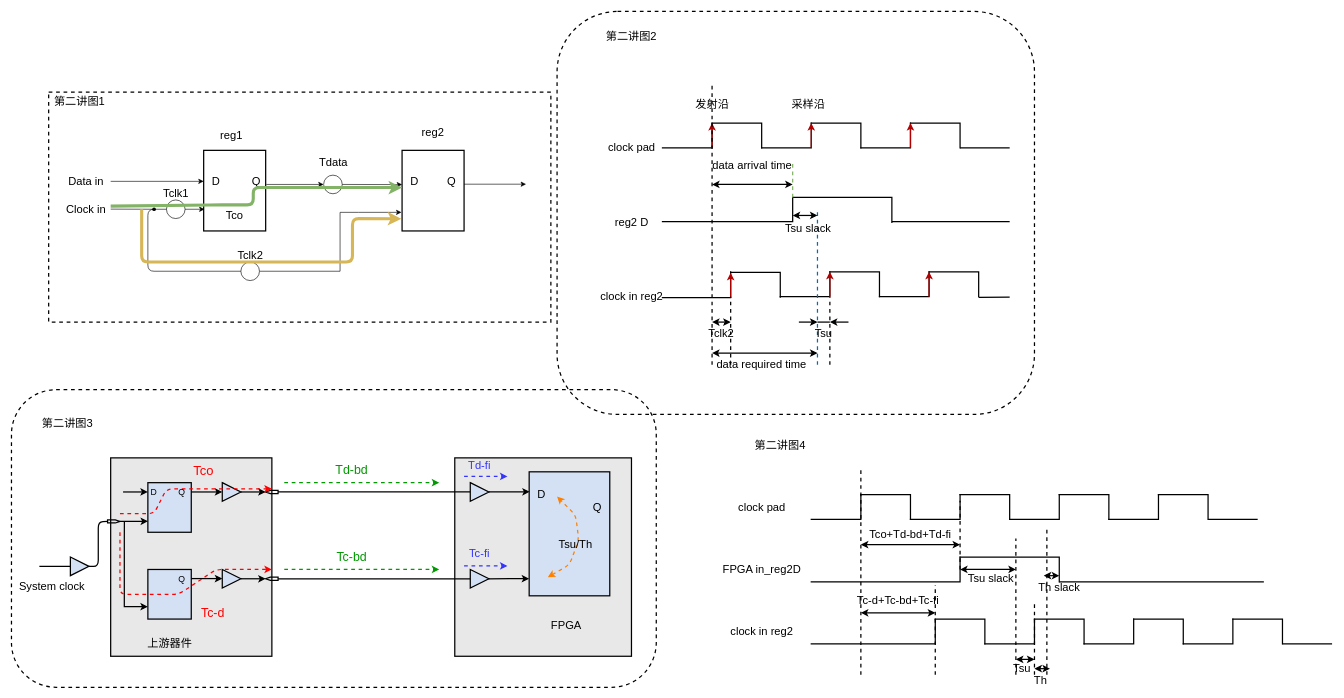
Before: FPGA timing constraints .drawio in Katharine-0331/files, a draw.io diagram. Source tidied: cells renumbered, new cells numbered last; positions are measured from the earlier drawing's top-left corner, leaving out a move shared by most shapes. Both pictures are drawn from the tidied source at 62%, with x=0, y=0 at pixel (11, 11).
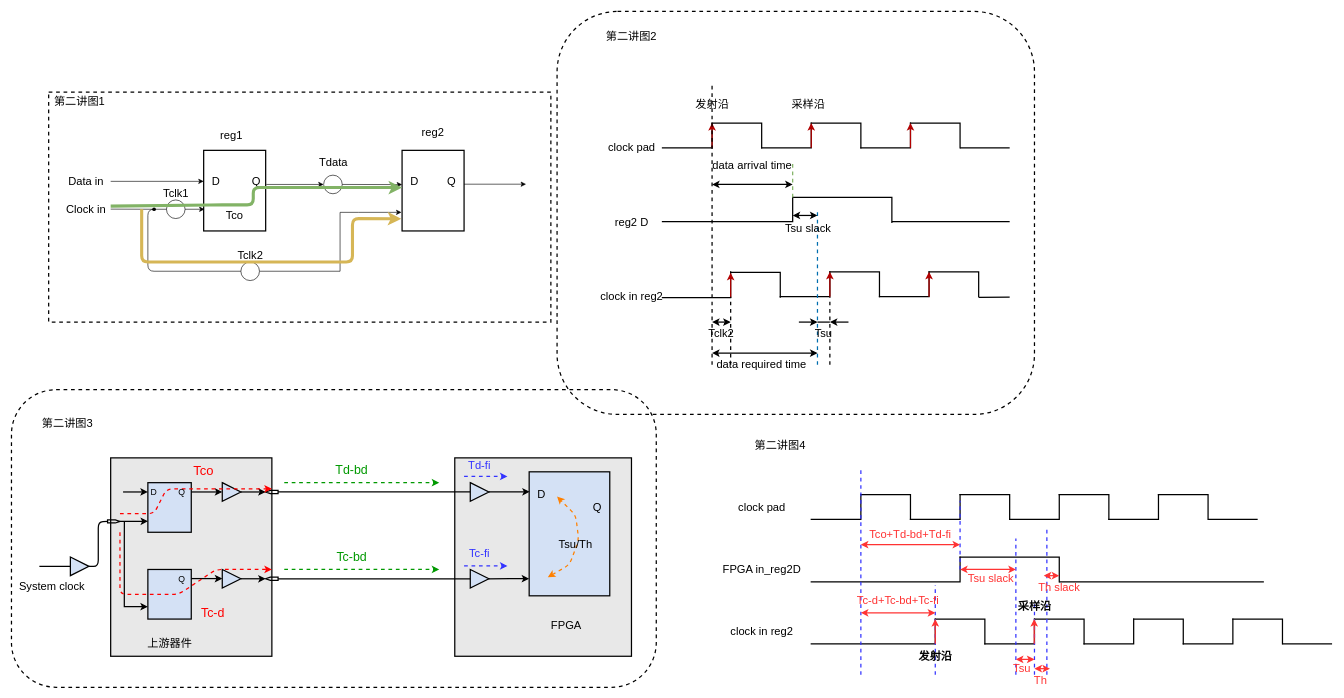
After the change.

Unchanged cells that the change refers to:
```xml
<mxCell id="133" style="shape=partialRectangle;whiteSpace=wrap;html=1;bottom=0;right=0;fillColor=none;fontSize=18;strokeWidth=2;flipH=1;" parent="1" vertex="1">
  <mxGeometry x="1530" y="779.3" width="80" height="40" as="geometry" />
</mxCell>
<mxCell id="151" style="shape=partialRectangle;whiteSpace=wrap;html=1;bottom=0;right=0;fillColor=none;fontSize=18;strokeWidth=2;flipH=1;" parent="1" vertex="1">
  <mxGeometry x="1530" y="880" width="160" height="40" as="geometry" />
</mxCell>
```

What changed in the source:
```diff
@@
-    <mxCell id="154" style="endArrow=none;dashed=1;html=1;fontSize=18;strokeColor=#000000;strokeWidth=2;" parent="1" edge="1">
+    <mxCell id="154" style="endArrow=none;dashed=1;html=1;fontSize=18;strokeWidth=2;strokeColor=#3333FF;" parent="1" edge="1">
       <mxGeometry relative="1" as="geometry">
         <mxPoint x="1370" y="1070" as="sourcePoint" />
         <mxPoint x="1370" y="740" as="targetPoint" />
       </mxGeometry>
     </mxCell>
-    <mxCell id="155" style="endArrow=none;dashed=1;html=1;fontSize=18;strokeColor=#000000;strokeWidth=2;" parent="1" edge="1">
+    <mxCell id="155" style="endArrow=none;dashed=1;html=1;fontSize=18;strokeWidth=2;strokeColor=#3333FF;" parent="1" edge="1">
       <mxGeometry relative="1" as="geometry">
         <mxPoint x="1490" y="1070" as="sourcePoint" />
         <mxPoint x="1490" y="925" as="targetPoint" />
       </mxGeometry>
     </mxCell>
-    <mxCell id="156" style="endArrow=classic;startArrow=classic;html=1;fontSize=18;strokeColor=#000000;strokeWidth=2;" parent="1" edge="1">
+    <mxCell id="156" style="endArrow=classic;startArrow=classic;html=1;fontSize=18;strokeWidth=2;strokeColor=#FF3333;" parent="1" edge="1">
       <mxGeometry relative="1" as="geometry">
         <mxPoint x="1370" y="970" as="sourcePoint" />
         <mxPoint x="1490" y="970" as="targetPoint" />
       </mxGeometry>
     </mxCell>
-    <mxCell id="157" style="endArrow=none;dashed=1;html=1;fontSize=18;strokeColor=#000000;strokeWidth=2;exitX=0;exitY=0.5;exitDx=0;exitDy=0;entryX=0;entryY=0.25;entryDx=0;entryDy=0;" parent="1" edge="1" source="151" target="133">
+    <mxCell id="157" style="endArrow=none;dashed=1;html=1;fontSize=18;strokeWidth=2;exitX=0;exitY=0.5;exitDx=0;exitDy=0;entryX=0;entryY=0.25;entryDx=0;entryDy=0;strokeColor=#3333FF;" parent="1" edge="1" source="151" target="133">
       <mxGeometry relative="1" as="geometry" />
     </mxCell>
-    <mxCell id="158" style="endArrow=classic;startArrow=classic;html=1;fontSize=18;strokeColor=#000000;strokeWidth=2;" parent="1" edge="1">
+    <mxCell id="158" style="endArrow=classic;startArrow=classic;html=1;fontSize=18;strokeWidth=2;strokeColor=#FF3333;" parent="1" edge="1">
       <mxGeometry relative="1" as="geometry">
         <mxPoint x="1370" y="860" as="sourcePoint" />
         <mxPoint x="1530" y="860" as="targetPoint" />
       </mxGeometry>
     </mxCell>
-    <mxCell id="159" style="endArrow=none;dashed=1;html=1;fontSize=18;strokeColor=#000000;strokeWidth=2;" parent="1" edge="1">
+    <mxCell id="159" style="endArrow=none;dashed=1;html=1;fontSize=18;strokeWidth=2;strokeColor=#3333FF;" parent="1" edge="1">
       <mxGeometry relative="1" as="geometry">
         <mxPoint x="1650" y="1070" as="sourcePoint" />
         <mxPoint x="1650" y="955" as="targetPoint" />
       </mxGeometry>
     </mxCell>
-    <mxCell id="160" style="endArrow=none;dashed=1;html=1;fontSize=18;strokeColor=#000000;strokeWidth=2;" parent="1" edge="1">
+    <mxCell id="160" style="endArrow=none;dashed=1;html=1;fontSize=18;strokeWidth=2;strokeColor=#3333FF;" parent="1" edge="1">
       <mxGeometry relative="1" as="geometry">
         <mxPoint x="1620" y="1070" as="sourcePoint" />
         <mxPoint x="1620" y="850" as="targetPoint" />
       </mxGeometry>
     </mxCell>
-    <mxCell id="161" style="endArrow=none;dashed=1;html=1;fontSize=18;strokeColor=#000000;strokeWidth=2;" parent="1" edge="1">
+    <mxCell id="161" style="endArrow=none;dashed=1;html=1;fontSize=18;strokeWidth=2;strokeColor=#3333FF;" parent="1" edge="1">
       <mxGeometry relative="1" as="geometry">
         <mxPoint x="1670" y="1070" as="sourcePoint" />
         <mxPoint x="1670" y="830" as="targetPoint" />
       </mxGeometry>
     </mxCell>
-    <mxCell id="162" style="endArrow=classic;startArrow=classic;html=1;fontSize=18;strokeColor=#000000;strokeWidth=2;exitX=0;exitY=0.5;exitDx=0;exitDy=0;" parent="1" edge="1" source="151">
+    <mxCell id="162" style="endArrow=classic;startArrow=classic;html=1;fontSize=18;strokeWidth=2;exitX=0;exitY=0.5;exitDx=0;exitDy=0;strokeColor=#FF3333;" parent="1" edge="1" source="151">
       <mxGeometry relative="1" as="geometry">
         <mxPoint x="1620" y="900" as="targetPoint" />
       </mxGeometry>
     </mxCell>
-    <mxCell id="163" style="endArrow=classic;startArrow=classic;html=1;fontSize=18;strokeColor=#000000;strokeWidth=2;" parent="1" edge="1">
+    <mxCell id="163" style="endArrow=classic;startArrow=classic;html=1;fontSize=18;strokeWidth=2;strokeColor=#FF3333;" parent="1" edge="1">
       <mxGeometry relative="1" as="geometry">
         <mxPoint x="1620" y="1045" as="sourcePoint" />
         <mxPoint x="1650" y="1045" as="targetPoint" />
       </mxGeometry>
     </mxCell>
-    <mxCell id="164" style="endArrow=classic;startArrow=classic;html=1;fontSize=18;strokeColor=#000000;strokeWidth=2;" parent="1" edge="1">
+    <mxCell id="164" style="endArrow=classic;startArrow=classic;html=1;fontSize=18;strokeWidth=2;strokeColor=#FF3333;" parent="1" edge="1">
       <mxGeometry relative="1" as="geometry">
         <mxPoint x="1650" y="1060" as="sourcePoint" />
         <mxPoint x="1675" y="1060" as="targetPoint" />
       </mxGeometry>
     </mxCell>
-    <mxCell id="165" style="endArrow=classic;startArrow=classic;html=1;fontSize=18;strokeColor=#000000;strokeWidth=2;" parent="1" edge="1">
+    <mxCell id="165" style="endArrow=classic;startArrow=classic;html=1;fontSize=18;strokeWidth=2;strokeColor=#FF3333;" parent="1" edge="1">
       <mxGeometry relative="1" as="geometry">
         <mxPoint x="1665" y="910" as="sourcePoint" />
         <mxPoint x="1690" y="910" as="targetPoint" />
       </mxGeometry>
     </mxCell>
-    <mxCell id="166" value="Tco+Td-bd+Td-fi" style="text;html=1;strokeColor=none;fillColor=none;align=center;verticalAlign=middle;whiteSpace=wrap;rounded=0;fontSize=18;" parent="1" vertex="1">
+    <mxCell id="166" value="&lt;font color=&quot;#ff3333&quot;&gt;Tco+Td-bd+Td-fi&lt;/font&gt;" style="text;html=1;strokeColor=none;fillColor=none;align=center;verticalAlign=middle;whiteSpace=wrap;rounded=0;fontSize=18;" parent="1" vertex="1">
       <mxGeometry x="1380" y="832.5" width="140" height="20" as="geometry" />
     </mxCell>
-    <mxCell id="167" value="Tc-d+Tc-bd+Tc-fi" style="text;html=1;strokeColor=none;fillColor=none;align=center;verticalAlign=middle;whiteSpace=wrap;rounded=0;fontSize=18;" parent="1" vertex="1">
+    <mxCell id="167" value="&lt;font color=&quot;#ff3333&quot;&gt;Tc-d+Tc-bd+Tc-fi&lt;/font&gt;" style="text;html=1;strokeColor=none;fillColor=none;align=center;verticalAlign=middle;whiteSpace=wrap;rounded=0;fontSize=18;" parent="1" vertex="1">
       <mxGeometry x="1360" y="940" width="140" height="20" as="geometry" />
     </mxCell>
-    <mxCell id="168" value="Tsu slack" style="text;html=1;strokeColor=none;fillColor=none;align=center;verticalAlign=middle;whiteSpace=wrap;rounded=0;fontSize=18;" parent="1" vertex="1">
+    <mxCell id="168" value="&lt;font color=&quot;#ff3333&quot;&gt;Tsu slack&lt;/font&gt;" style="text;html=1;strokeColor=none;fillColor=none;align=center;verticalAlign=middle;whiteSpace=wrap;rounded=0;fontSize=18;" parent="1" vertex="1">
       <mxGeometry x="1540" y="905" width="80" height="20" as="geometry" />
     </mxCell>
-    <mxCell id="169" value="Tsu" style="text;html=1;strokeColor=none;fillColor=none;align=center;verticalAlign=middle;whiteSpace=wrap;rounded=0;fontSize=18;" parent="1" vertex="1">
+    <mxCell id="169" value="&lt;font color=&quot;#ff3333&quot;&gt;Tsu&lt;/font&gt;" style="text;html=1;strokeColor=none;fillColor=none;align=center;verticalAlign=middle;whiteSpace=wrap;rounded=0;fontSize=18;" parent="1" vertex="1">
       <mxGeometry x="1610" y="1050" width="40" height="20" as="geometry" />
     </mxCell>
-    <mxCell id="170" value="Th" style="text;html=1;strokeColor=none;fillColor=none;align=center;verticalAlign=middle;whiteSpace=wrap;rounded=0;fontSize=18;" parent="1" vertex="1">
+    <mxCell id="170" value="&lt;font color=&quot;#ff3333&quot;&gt;Th&lt;/font&gt;" style="text;html=1;strokeColor=none;fillColor=none;align=center;verticalAlign=middle;whiteSpace=wrap;rounded=0;fontSize=18;" parent="1" vertex="1">
       <mxGeometry x="1640" y="1070" width="40" height="20" as="geometry" />
     </mxCell>
-    <mxCell id="171" value="Th slack" style="text;html=1;strokeColor=none;fillColor=none;align=center;verticalAlign=middle;whiteSpace=wrap;rounded=0;fontSize=18;" parent="1" vertex="1">
+    <mxCell id="171" value="&lt;font color=&quot;#ff3333&quot;&gt;Th slack&lt;/font&gt;" style="text;html=1;strokeColor=none;fillColor=none;align=center;verticalAlign=middle;whiteSpace=wrap;rounded=0;fontSize=18;" parent="1" vertex="1">
       <mxGeometry x="1650" y="920" width="80" height="20" as="geometry" />
     </mxCell>
+    <mxCell id="172" style="endArrow=classic;html=1;fontSize=18;strokeWidth=2;strokeColor=#FF3333;" parent="1" edge="1">
+      <mxGeometry relative="1" as="geometry">
+        <mxPoint x="1490" y="1020" as="sourcePoint" />
+        <mxPoint x="1490" y="980" as="targetPoint" />
+      </mxGeometry>
+    </mxCell>
+    <mxCell id="173" style="endArrow=classic;html=1;fontSize=18;strokeWidth=2;strokeColor=#FF3333;" parent="1" edge="1">
+      <mxGeometry relative="1" as="geometry">
+        <mxPoint x="1649.6" y="1020" as="sourcePoint" />
+        <mxPoint x="1649.6" y="980" as="targetPoint" />
+      </mxGeometry>
+    </mxCell>
+    <mxCell id="174" value="&lt;b&gt;发射沿&lt;/b&gt;" style="text;html=1;align=center;verticalAlign=middle;strokeColor=none;fontSize=18;" parent="1" vertex="1">
+      <mxGeometry x="1455" y="1025" width="70" height="30" as="geometry" />
+    </mxCell>
+    <mxCell id="175" value="&lt;b&gt;采样沿&lt;/b&gt;" style="text;html=1;align=center;verticalAlign=middle;strokeColor=none;fontSize=18;" parent="1" vertex="1">
+      <mxGeometry x="1615" y="945" width="70" height="30" as="geometry" />
+    </mxCell>
```
